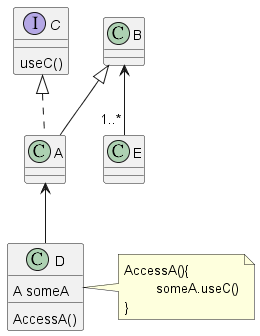
This is hw2/1a.png from wannaflyhigh/Object-Oriented-Programming, a PlantUML export, as it was before one commit.
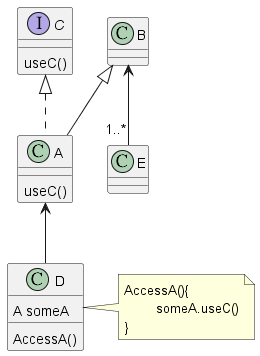
After the commit.

What changed in the source:
```diff
@@ -1,6 +1,8 @@
 @startuml 1a
 
-class A
+class A{
+	useC()
+}
 class B
 interface C{
 	useC()
```
